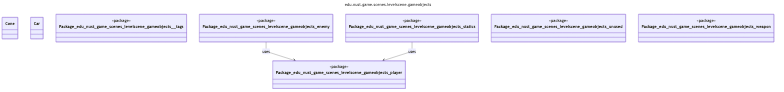
Above: uml/generated/png/package_edu_nust_game_scenes_levelscene_gameobjects.png in zombie-zero-nust/zombie-zero (Mermaid), before the change. Its source is kept beside it as uml/generated/mmd/package_edu_nust_game_scenes_levelscene_gameobjects.mmd. Source of this version:
```mermaid
---
title: edu.nust.game.scenes.levelscene.gameobjects
config:
  look: classic
  layout: dagre
  flowchart:
    curve: linear
  class:
    defaultRenderer: dagre-wrapper
---
classDiagram
class Cone
class Car
class Package_edu_nust_game_scenes_levelscene_gameobjects__tags <<package>>
class Package_edu_nust_game_scenes_levelscene_gameobjects_enemy <<package>>
class Package_edu_nust_game_scenes_levelscene_gameobjects_player <<package>>
class Package_edu_nust_game_scenes_levelscene_gameobjects_statics <<package>>
class Package_edu_nust_game_scenes_levelscene_gameobjects_unused <<package>>
class Package_edu_nust_game_scenes_levelscene_gameobjects_weapon <<package>>
Package_edu_nust_game_scenes_levelscene_gameobjects_enemy --> Package_edu_nust_game_scenes_levelscene_gameobjects_player : uses
Package_edu_nust_game_scenes_levelscene_gameobjects_statics --> Package_edu_nust_game_scenes_levelscene_gameobjects_player : uses
```
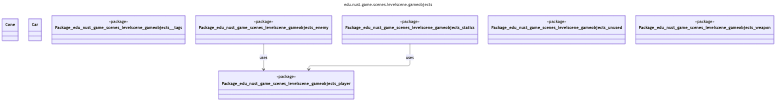
After the commit.

The edit, as a diff of the source:
```diff
@@ -2,15 +2,15 @@
 title: edu.nust.game.scenes.levelscene.gameobjects
 config:
   look: classic
-  layout: dagre
+  layout: elk
   flowchart:
     curve: linear
   class:
     defaultRenderer: dagre-wrapper
 ---
 classDiagram
-class Cone
-class Car
+  class Cone
+  class Car
 class Package_edu_nust_game_scenes_levelscene_gameobjects__tags <<package>>
 class Package_edu_nust_game_scenes_levelscene_gameobjects_enemy <<package>>
 class Package_edu_nust_game_scenes_levelscene_gameobjects_player <<package>>
```
